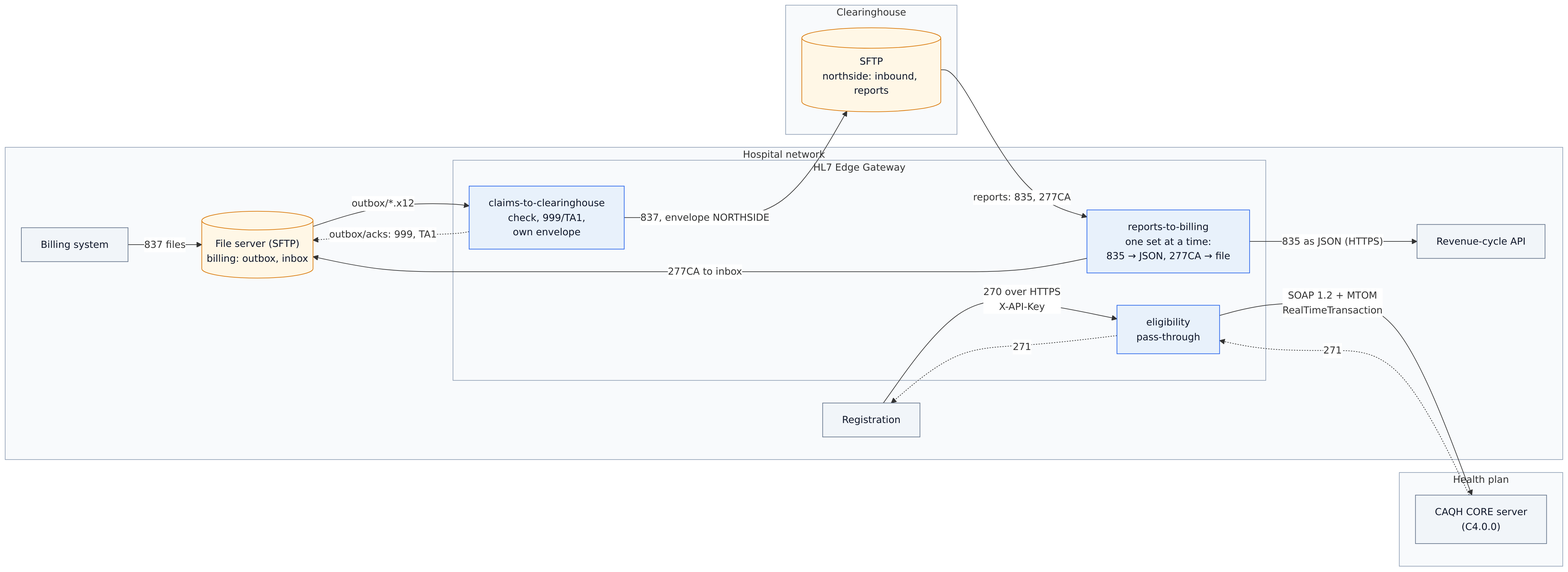
lambogenius/hl7-edge-gateway-examples keeps this Mermaid diagram as 15-claims-remits-eligibility/diagrams/architecture.png. Above is the earlier version. Its source is kept beside it as 15-claims-remits-eligibility/diagrams/architecture.mmd.
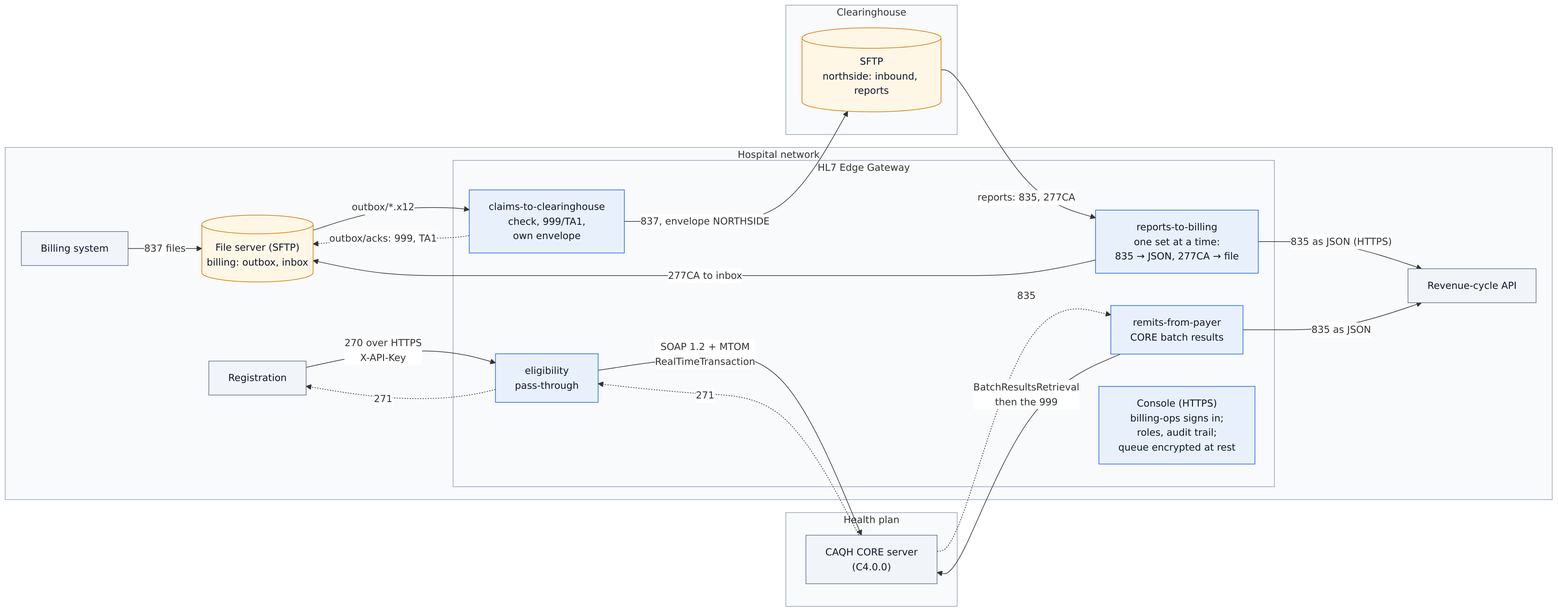
After the commit.

Diff of the diagram source:
```diff
@@ -8,6 +8,8 @@
       C["claims-to-clearinghouse<br/>check, 999/TA1,<br/>own envelope"]:::gw
       R["reports-to-billing<br/>one set at a time:<br/>835 → JSON, 277CA → file"]:::gw
       E["eligibility<br/>pass-through"]:::gw
+      RP["remits-from-payer<br/>CORE batch results"]:::gw
+      CON["Console (HTTPS)<br/>billing-ops signs in;<br/>roles, audit trail;<br/>queue encrypted at rest"]:::gw
     end
   end
   subgraph CH["Clearinghouse"]
@@ -27,6 +29,9 @@
   E -- "SOAP 1.2 + MTOM<br/>RealTimeTransaction" --> CORE
   CORE -. "271" .-> E
   E -. "271" .-> REG
+  RP -- "BatchResultsRetrieval<br/>then the 999" --> CORE
+  CORE -. "835" .-> RP
+  RP -- "835 as JSON" --> REV
 
   classDef gw fill:#e8f1fb,stroke:#2563eb,color:#0f172a
   classDef store fill:#fff7e6,stroke:#d97706,color:#0f172a
```
